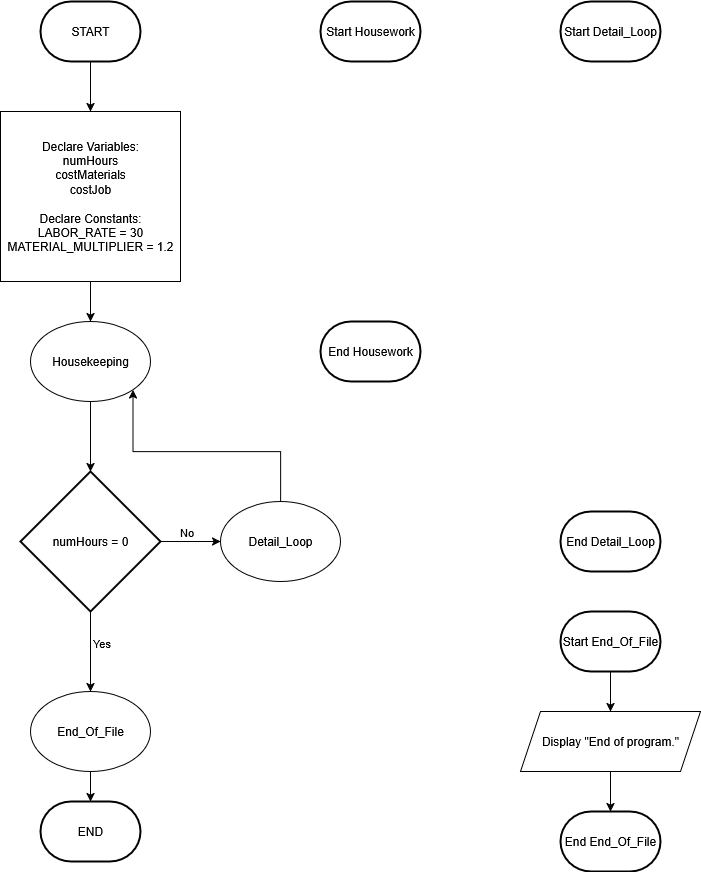
Above: Mod2_Ex8_Flowchart.drawio.png in CBowles10/SDEV_120_FALL2025_CBOWLES (draw.io), before the change. Source tidied: cells renumbered, new cells last; positions are measured from the earlier drawing's top-left corner, leaving out a move shared by most shapes.
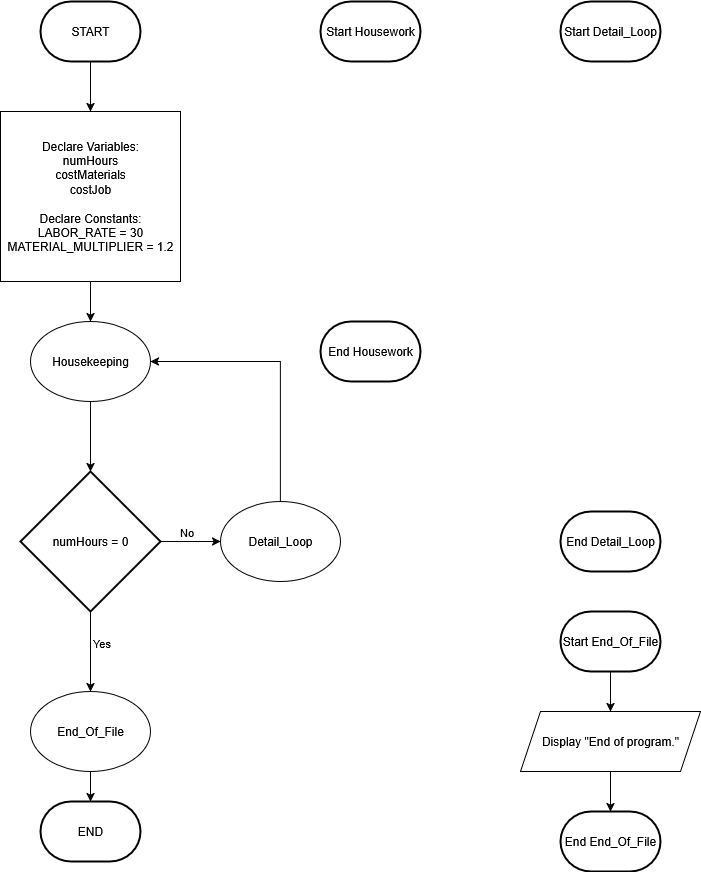
The same diagram one commit later.

Change to the diagram source:
```diff
@@ -30,7 +30,7 @@
     <mxCell id="9" value="numHours = 0" style="strokeWidth=2;html=1;shape=mxgraph.flowchart.decision;whiteSpace=wrap;" parent="1" vertex="1">
       <mxGeometry x="20" y="470" width="140" height="140" as="geometry" />
     </mxCell>
-    <mxCell id="10" style="edgeStyle=orthogonalEdgeStyle;rounded=0;jettySize=auto;html=1;exitX=0.5;exitY=0;exitDx=0;exitDy=0;entryX=1;entryY=1;entryDx=0;entryDy=0;" parent="1" edge="1" source="11" target="16">
+    <mxCell id="10" style="edgeStyle=orthogonalEdgeStyle;rounded=0;jettySize=auto;html=1;exitX=0.5;exitY=0;exitDx=0;exitDy=0;entryX=1;entryY=0.5;entryDx=0;entryDy=0;" parent="1" edge="1" source="11" target="16">
       <mxGeometry relative="1" as="geometry" />
     </mxCell>
     <mxCell id="11" value="Detail_Loop" style="ellipse;whiteSpace=wrap;html=1;" parent="1" vertex="1">
```
